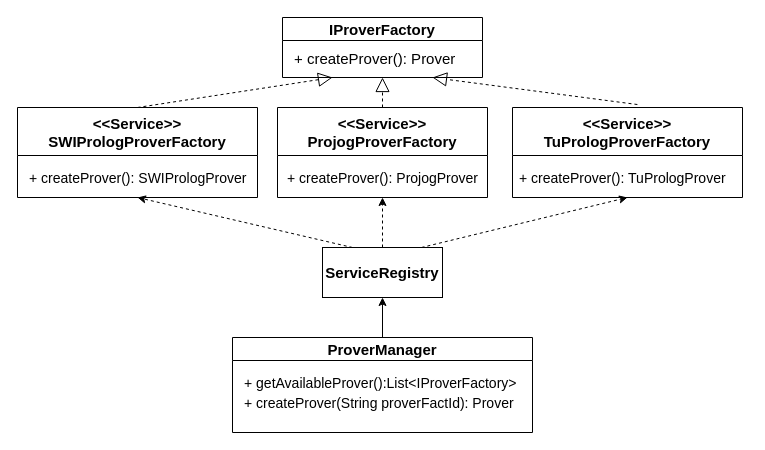
This is praesentation/diagrams/Untitled Diagram2.drawio from FluidTrust/Palladio-Supporting-Prolog4J, a draw.io file, before an edit. Source tidied: cells renumbered, new cells numbered last; positions are measured from the earlier drawing's top-left corner, leaving out a move shared by most shapes. Both pictures are drawn from the tidied source at 100%, with x=0, y=0 at pixel (17, 17).
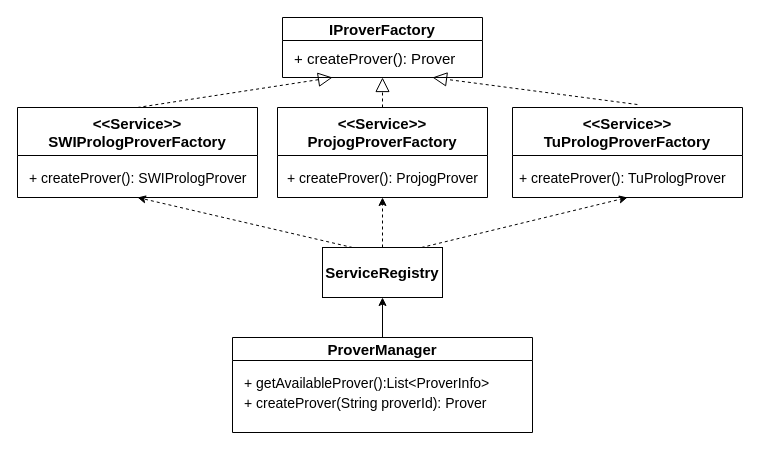
After the change.

The change refers to these unchanged cells:
```xml
<mxCell id="9" value="ProverManager" style="swimlane;startSize=23;fontSize=15;" parent="1" vertex="1">
  <mxGeometry x="215" y="320" width="300" height="95" as="geometry" />
</mxCell>
```

Diff of the diagram source:
```diff
@@
-    <mxCell id="10" value="&lt;font style=&quot;font-size: 14px&quot;&gt;+ getAvailableProver():List&amp;lt;IProverFactory&amp;gt;&lt;/font&gt;" style="text;html=1;align=left;verticalAlign=top;spacingTop=-4;" parent="9" vertex="1">
-      <mxGeometry x="10" y="35" width="290" height="20" as="geometry" />
+    <mxCell id="10" value="&lt;font style=&quot;font-size: 14px&quot;&gt;+ getAvailableProver():List&amp;lt;ProverInfo&amp;gt;&lt;/font&gt;" style="text;html=1;align=left;verticalAlign=top;spacingTop=-4;" parent="9" vertex="1">
+      <mxGeometry x="10" y="35" width="260" height="20" as="geometry" />
     </mxCell>
-    <mxCell id="11" value="&lt;font style=&quot;font-size: 14px&quot;&gt;+ createProver(String proverFactId): Prover&lt;/font&gt;" style="text;html=1;align=left;verticalAlign=top;spacingTop=-4;" parent="9" vertex="1">
-      <mxGeometry x="10" y="55" width="290" height="20" as="geometry" />
+    <mxCell id="11" value="&lt;font style=&quot;font-size: 14px&quot;&gt;+ createProver(String proverId): Prover&lt;/font&gt;" style="text;html=1;align=left;verticalAlign=top;spacingTop=-4;" parent="9" vertex="1">
+      <mxGeometry x="10" y="55" width="260" height="20" as="geometry" />
     </mxCell>
```
